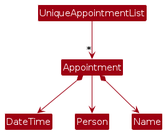
This is diagrams/AppointmentClassDiagram.png from ryanongwx/tp, a PlantUML export, as it was before one commit. Its source is kept beside it as diagrams/AppointmentClassDiagram.puml. Its diagram source:
```plantuml
@startuml
!include style.puml
skinparam arrowThickness 1.1
skinparam arrowColor MODEL_COLOR
skinparam classBackgroundColor MODEL_COLOR

UniqueAppointmentList -down-> "*" Appointment
Appointment *--> DateTime
Appointment --> Person
Appointment *--> Name
@enduml
```
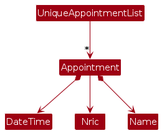
After the change.

Diff of the diagram source:
```diff
@@ -6,6 +6,6 @@
 
 UniqueAppointmentList -down-> "*" Appointment
 Appointment *--> DateTime
-Appointment --> Person
+Appointment --> Nric
 Appointment *--> Name
 @enduml
```
